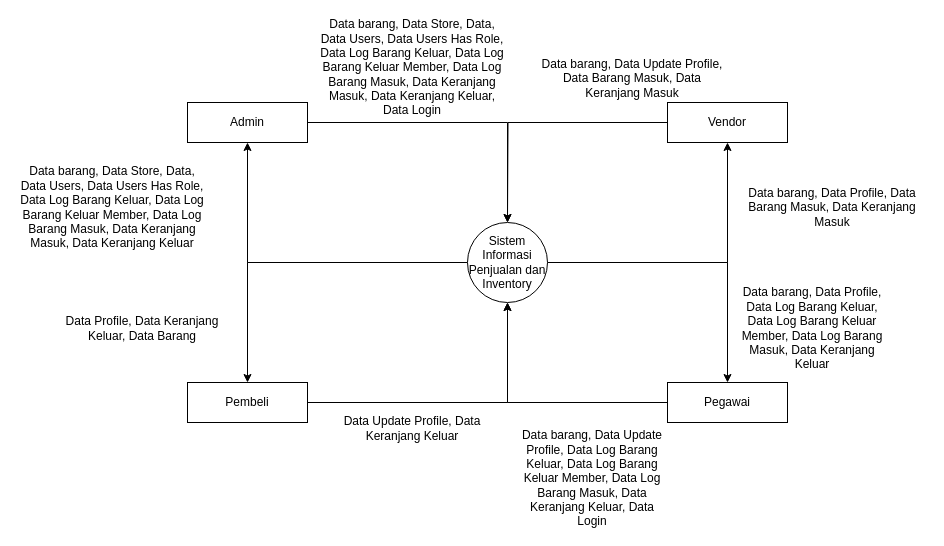
This is page "DFD Level 0" (1 of 2) of Sistem Informasi dan Inventory/Sistem informasi penjualan dan inventory.drawio from umarshd/dfd-skripsi, a draw.io file, before an edit. Source tidied: cells renumbered, new cells numbered last; positions are measured from the earlier drawing's top-left corner, leaving out a move shared by most shapes. Both pictures are drawn from the tidied source at 100%, with x=0, y=0 at pixel (17, 52).
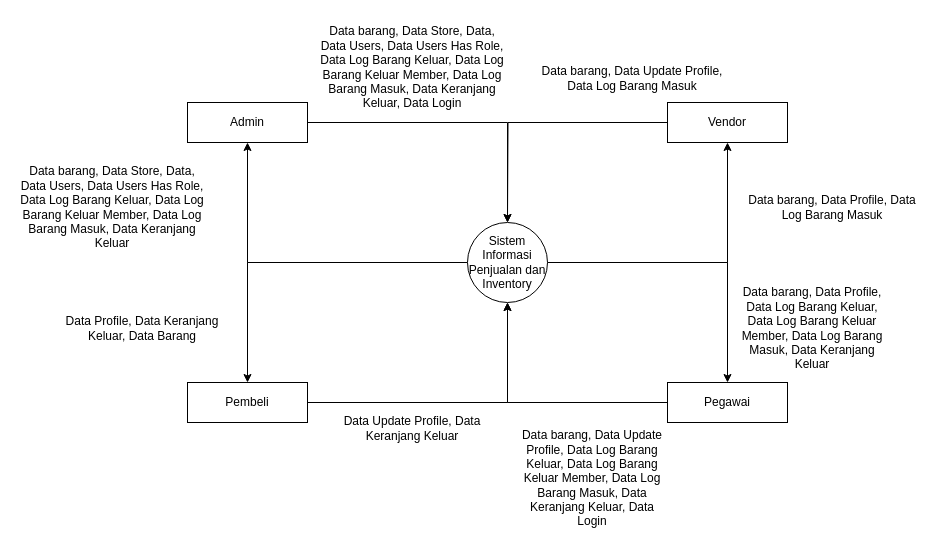
After the change.

Change to the diagram source:
```diff
@@
-    <mxCell id="13" value="Data barang, Data Store, Data, Data Users, Data Users Has Role, Data Log Barang Keluar, Data Log Barang Keluar Member, Data Log Barang Masuk, Data Keranjang Masuk, Data Keranjang Keluar" style="text;html=1;strokeColor=none;fillColor=none;align=center;verticalAlign=middle;whiteSpace=wrap;rounded=0;" parent="1" vertex="1">
+    <mxCell id="13" value="Data barang, Data Store, Data, Data Users, Data Users Has Role, Data Log Barang Keluar, Data Log Barang Keluar Member, Data Log Barang Masuk, Data Keranjang Keluar" style="text;html=1;strokeColor=none;fillColor=none;align=center;verticalAlign=middle;whiteSpace=wrap;rounded=0;" parent="1" vertex="1">
       <mxGeometry y="140" width="190" height="30" as="geometry" />
     </mxCell>
@@
-    <mxCell id="16" value="Data barang, Data Store, Data, Data Users, Data Users Has Role, Data Log Barang Keluar, Data Log Barang Keluar Member, Data Log Barang Masuk, Data Keranjang Masuk, Data Keranjang Keluar, Data Login" style="text;html=1;strokeColor=none;fillColor=none;align=center;verticalAlign=middle;whiteSpace=wrap;rounded=0;" parent="1" vertex="1">
+    <mxCell id="16" value="Data barang, Data Store, Data, Data Users, Data Users Has Role, Data Log Barang Keluar, Data Log Barang Keluar Member, Data Log Barang Masuk, Data Keranjang Keluar, Data Login" style="text;html=1;strokeColor=none;fillColor=none;align=center;verticalAlign=middle;whiteSpace=wrap;rounded=0;" parent="1" vertex="1">
       <mxGeometry x="300" width="190" height="30" as="geometry" />
     </mxCell>
-    <mxCell id="17" value="Data barang, Data Profile, Data Barang Masuk, Data Keranjang Masuk" style="text;html=1;strokeColor=none;fillColor=none;align=center;verticalAlign=middle;whiteSpace=wrap;rounded=0;" parent="1" vertex="1">
+    <mxCell id="17" value="Data barang, Data Profile, Data Log Barang Masuk" style="text;html=1;strokeColor=none;fillColor=none;align=center;verticalAlign=middle;whiteSpace=wrap;rounded=0;" parent="1" vertex="1">
       <mxGeometry x="720" y="140" width="190" height="30" as="geometry" />
     </mxCell>
-    <mxCell id="18" value="Data barang, Data Update Profile, Data Barang Masuk, Data Keranjang Masuk" style="text;html=1;strokeColor=none;fillColor=none;align=center;verticalAlign=middle;whiteSpace=wrap;rounded=0;" parent="1" vertex="1">
+    <mxCell id="18" value="Data barang, Data Update Profile, Data Log Barang Masuk" style="text;html=1;strokeColor=none;fillColor=none;align=center;verticalAlign=middle;whiteSpace=wrap;rounded=0;" parent="1" vertex="1">
       <mxGeometry x="520" y="11" width="190" height="30" as="geometry" />
     </mxCell>
```
